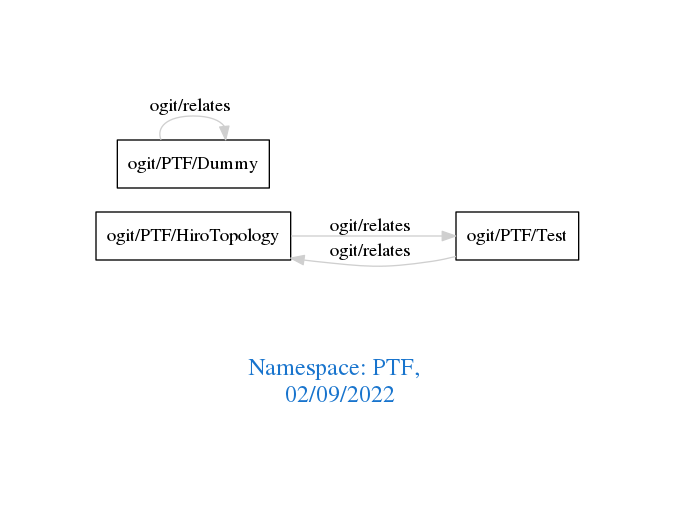
Earlier version of the Graphviz export downloads/PTF.png (arago/OGIT). Its source is kept beside it as downloads/PTF.dot.
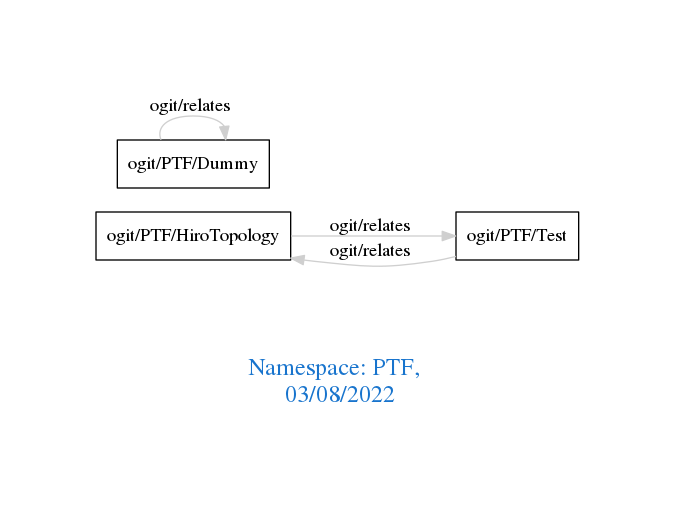
The same file after the commit.

Diff of the diagram source:
```diff
@@ -1,7 +1,7 @@
 digraph OGIT_ontology {
  graph [ rankdir= LR,pad=1
 fontsize = 18,
-fontcolor= dodgerblue3,label = "\n\n\nNamespace: PTF, \n 02/09/2022"];
+fontcolor= dodgerblue3,label = "\n\n\nNamespace: PTF, \n 03/08/2022"];
 node[shape=polygon];
 edge [  color="gray81"];
 
```
